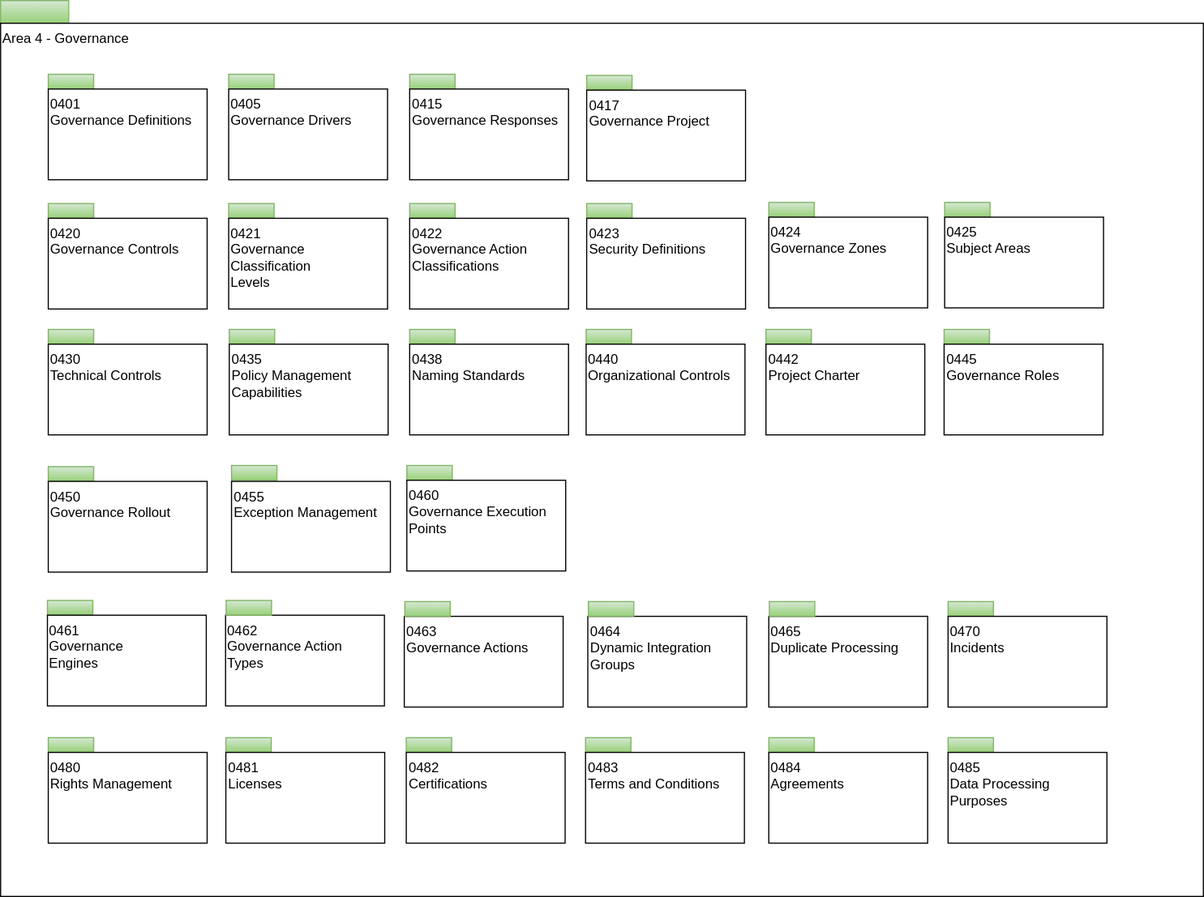
odpi/egeria-docs keeps this draw.io diagram as site/docs/types/4/area-4-governance-overview.svg. Above is the earlier version. Source tidied: cells renumbered, new cells last; positions are measured from the earlier drawing's top-left corner, leaving out a move shared by most shapes.
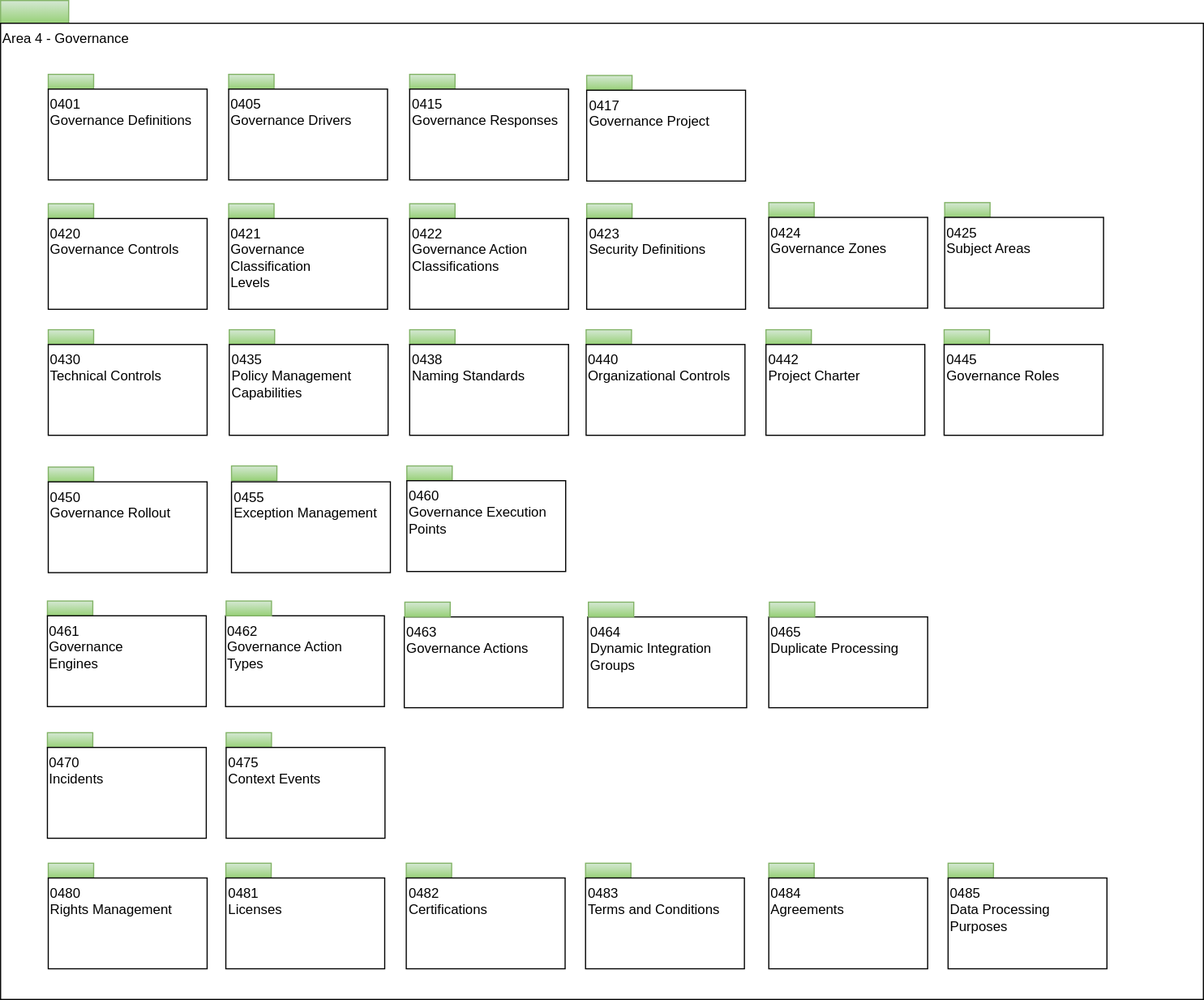
The same diagram one commit later.

What changed in the source:
```diff
@@ -6,7 +6,7 @@
       <mxGeometry width="60" height="20" as="geometry" />
     </mxCell>
     <mxCell id="3" value="Area 4 - Governance" style="rounded=0;whiteSpace=wrap;html=1;align=left;verticalAlign=top;" parent="1" vertex="1">
-      <mxGeometry y="20" width="1060" height="770" as="geometry" />
+      <mxGeometry y="20" width="1060" height="860" as="geometry" />
     </mxCell>
     <mxCell id="4" style="rounded=0;whiteSpace=wrap;html=1;align=left;fillColor=#d5e8d4;strokeColor=#82b366;gradientColor=#97d077;" parent="1" vertex="1">
       <mxGeometry x="42" y="65" width="40" height="13" as="geometry" />
@@ -81,16 +81,16 @@
       <mxGeometry x="831.5" y="303" width="140" height="80" as="geometry" />
     </mxCell>
     <mxCell id="28" style="rounded=0;whiteSpace=wrap;html=1;align=left;fillColor=#d5e8d4;strokeColor=#82b366;gradientColor=#97d077;" parent="1" vertex="1">
-      <mxGeometry x="42" y="650" width="40" height="13" as="geometry" />
+      <mxGeometry x="42" y="760" width="40" height="13" as="geometry" />
     </mxCell>
     <mxCell id="29" value="0480&lt;br&gt;Rights Management&lt;br&gt;" style="rounded=0;whiteSpace=wrap;html=1;align=left;verticalAlign=top;" parent="1" vertex="1">
-      <mxGeometry x="42" y="663" width="140" height="80" as="geometry" />
+      <mxGeometry x="42" y="773" width="140" height="80" as="geometry" />
     </mxCell>
     <mxCell id="30" style="rounded=0;whiteSpace=wrap;html=1;align=left;fillColor=#d5e8d4;strokeColor=#82b366;gradientColor=#97d077;" parent="1" vertex="1">
-      <mxGeometry x="198.5" y="650" width="40" height="13" as="geometry" />
+      <mxGeometry x="198.5" y="760" width="40" height="13" as="geometry" />
     </mxCell>
     <mxCell id="31" value="0481&lt;br&gt;Licenses&lt;br&gt;" style="rounded=0;whiteSpace=wrap;html=1;align=left;verticalAlign=top;" parent="1" vertex="1">
-      <mxGeometry x="198.5" y="663" width="140" height="80" as="geometry" />
+      <mxGeometry x="198.5" y="773" width="140" height="80" as="geometry" />
     </mxCell>
     <mxCell id="32" style="rounded=0;whiteSpace=wrap;html=1;align=left;fillColor=#d5e8d4;strokeColor=#82b366;gradientColor=#97d077;" parent="1" vertex="1">
       <mxGeometry x="516" y="290" width="40" height="13" as="geometry" />
@@ -99,10 +99,10 @@
       <mxGeometry x="516" y="303" width="140" height="80" as="geometry" />
     </mxCell>
     <mxCell id="34" style="rounded=0;whiteSpace=wrap;html=1;align=left;fillColor=#d5e8d4;strokeColor=#82b366;gradientColor=#97d077;" parent="1" vertex="1">
-      <mxGeometry x="357.5" y="650" width="40" height="13" as="geometry" />
+      <mxGeometry x="357.5" y="760" width="40" height="13" as="geometry" />
     </mxCell>
     <mxCell id="35" value="0482&lt;br&gt;Certifications&lt;br&gt;" style="rounded=0;whiteSpace=wrap;html=1;align=left;verticalAlign=top;" parent="1" vertex="1">
-      <mxGeometry x="357.5" y="663" width="140" height="80" as="geometry" />
+      <mxGeometry x="357.5" y="773" width="140" height="80" as="geometry" />
     </mxCell>
     <mxCell id="36" style="rounded=0;whiteSpace=wrap;html=1;align=left;fillColor=#d5e8d4;strokeColor=#82b366;gradientColor=#97d077;" parent="1" vertex="1">
       <mxGeometry x="360.5" y="179" width="40" height="13" as="geometry" />
@@ -129,10 +129,10 @@
       <mxGeometry x="198.2" y="542" width="140" height="80" as="geometry" />
     </mxCell>
     <mxCell id="44" style="rounded=0;whiteSpace=wrap;html=1;align=left;fillColor=#d5e8d4;strokeColor=#82b366;gradientColor=#97d077;" parent="1" vertex="1">
-      <mxGeometry x="835" y="650" width="40" height="13" as="geometry" />
+      <mxGeometry x="835" y="760" width="40" height="13" as="geometry" />
     </mxCell>
     <mxCell id="45" value="0485&lt;br&gt;Data Processing&lt;br&gt;Purposes" style="rounded=0;whiteSpace=wrap;html=1;align=left;verticalAlign=top;" parent="1" vertex="1">
-      <mxGeometry x="835" y="663" width="140" height="80" as="geometry" />
+      <mxGeometry x="835" y="773" width="140" height="80" as="geometry" />
     </mxCell>
     <mxCell id="46" style="edgeStyle=none;rounded=0;jettySize=auto;html=1;endArrow=none;endFill=0;" parent="1" edge="1" source="47" target="48">
       <mxGeometry relative="1" as="geometry" />
@@ -162,10 +162,10 @@
       <mxGeometry x="41.2" y="542" width="140" height="80" as="geometry" />
     </mxCell>
     <mxCell id="55" style="rounded=0;whiteSpace=wrap;html=1;align=left;fillColor=#d5e8d4;strokeColor=#82b366;gradientColor=#97d077;" parent="1" vertex="1">
-      <mxGeometry x="835" y="530" width="40" height="13" as="geometry" />
+      <mxGeometry x="41.2" y="645" width="40" height="13" as="geometry" />
     </mxCell>
     <mxCell id="56" value="0470&lt;br&gt;Incidents" style="rounded=0;whiteSpace=wrap;html=1;align=left;verticalAlign=top;" parent="1" vertex="1">
-      <mxGeometry x="835" y="543" width="140" height="80" as="geometry" />
+      <mxGeometry x="41.2" y="658" width="140" height="80" as="geometry" />
     </mxCell>
     <mxCell id="57" value="0463&lt;br&gt;Governance Actions" style="rounded=0;whiteSpace=wrap;html=1;align=left;verticalAlign=top;" parent="1" vertex="1">
       <mxGeometry x="355.8" y="543" width="140" height="80" as="geometry" />
@@ -180,16 +180,16 @@
       <mxGeometry x="677.5" y="530" width="40" height="13" as="geometry" />
     </mxCell>
     <mxCell id="61" style="rounded=0;whiteSpace=wrap;html=1;align=left;fillColor=#d5e8d4;strokeColor=#82b366;gradientColor=#97d077;" parent="1" vertex="1">
-      <mxGeometry x="515.5" y="650" width="40" height="13" as="geometry" />
+      <mxGeometry x="515.5" y="760" width="40" height="13" as="geometry" />
     </mxCell>
     <mxCell id="62" value="0483&lt;br&gt;Terms and Conditions" style="rounded=0;whiteSpace=wrap;html=1;align=left;verticalAlign=top;" parent="1" vertex="1">
-      <mxGeometry x="515.5" y="663" width="140" height="80" as="geometry" />
+      <mxGeometry x="515.5" y="773" width="140" height="80" as="geometry" />
     </mxCell>
     <mxCell id="63" style="rounded=0;whiteSpace=wrap;html=1;align=left;fillColor=#d5e8d4;strokeColor=#82b366;gradientColor=#97d077;" parent="1" vertex="1">
-      <mxGeometry x="677" y="650" width="40" height="13" as="geometry" />
+      <mxGeometry x="677" y="760" width="40" height="13" as="geometry" />
     </mxCell>
     <mxCell id="64" value="0484&lt;br&gt;Agreements" style="rounded=0;whiteSpace=wrap;html=1;align=left;verticalAlign=top;" parent="1" vertex="1">
-      <mxGeometry x="677" y="663" width="140" height="80" as="geometry" />
+      <mxGeometry x="677" y="773" width="140" height="80" as="geometry" />
     </mxCell>
     <mxCell id="65" value="0464&lt;br&gt;Dynamic Integration Groups" style="rounded=0;whiteSpace=wrap;html=1;align=left;verticalAlign=top;" parent="1" vertex="1">
       <mxGeometry x="517.5" y="543" width="140" height="80" as="geometry" />
@@ -197,5 +197,11 @@
     <mxCell id="66" style="rounded=0;whiteSpace=wrap;html=1;align=left;fillColor=#d5e8d4;strokeColor=#82b366;gradientColor=#97d077;" parent="1" vertex="1">
       <mxGeometry x="518" y="530" width="40" height="13" as="geometry" />
     </mxCell>
+    <mxCell id="67" style="rounded=0;whiteSpace=wrap;html=1;align=left;fillColor=#d5e8d4;strokeColor=#82b366;gradientColor=#97d077;" parent="1" vertex="1">
+      <mxGeometry x="198.8" y="645" width="40" height="13" as="geometry" />
+    </mxCell>
+    <mxCell id="68" value="0475&lt;br&gt;Context Events" style="rounded=0;whiteSpace=wrap;html=1;align=left;verticalAlign=top;" parent="1" vertex="1">
+      <mxGeometry x="198.8" y="658" width="140" height="80" as="geometry" />
+    </mxCell>
   </root>
 </mxGraphModel>
```
